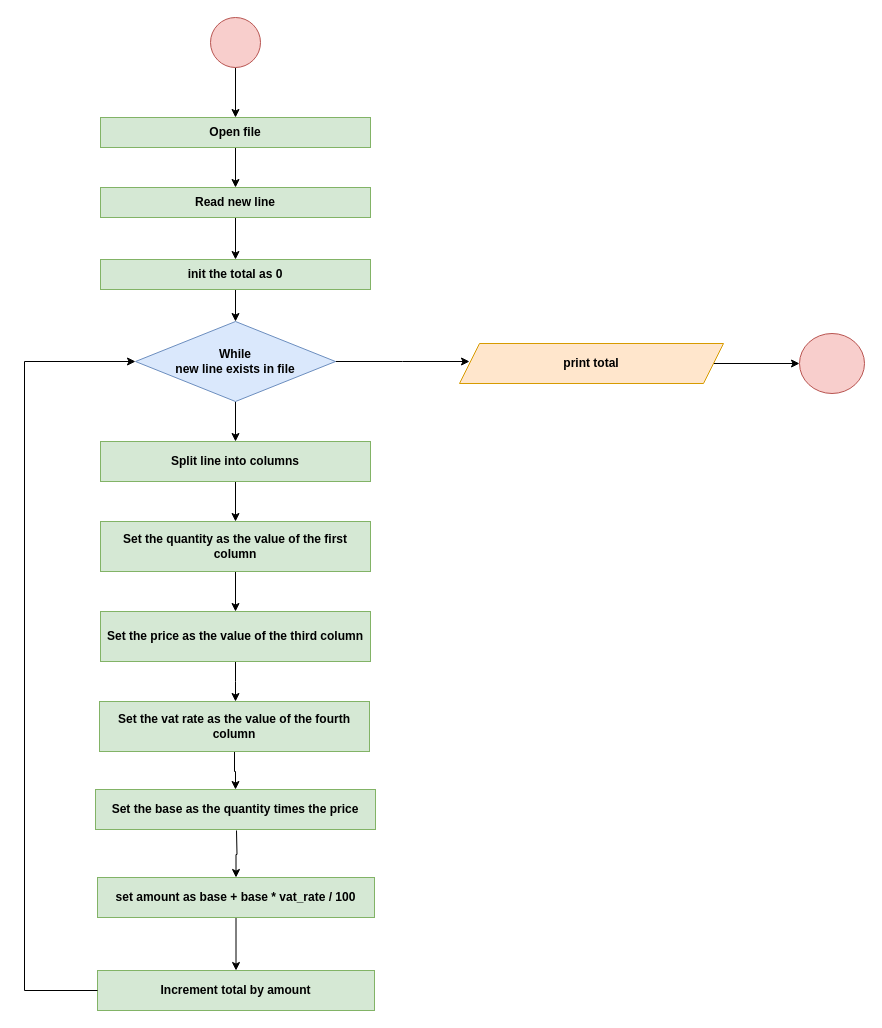
ffraile/computer_science_tutorials keeps this draw.io diagram as Programming/Extra Exercises/img/shopping_list.drawio. Above is the earlier version. Source tidied: cells renumbered, new cells numbered last; positions are measured from the earlier drawing's top-left corner, leaving out a move shared by most shapes. Both pictures are drawn from the tidied source at 100%, with x=0, y=0 at pixel (24, 17).
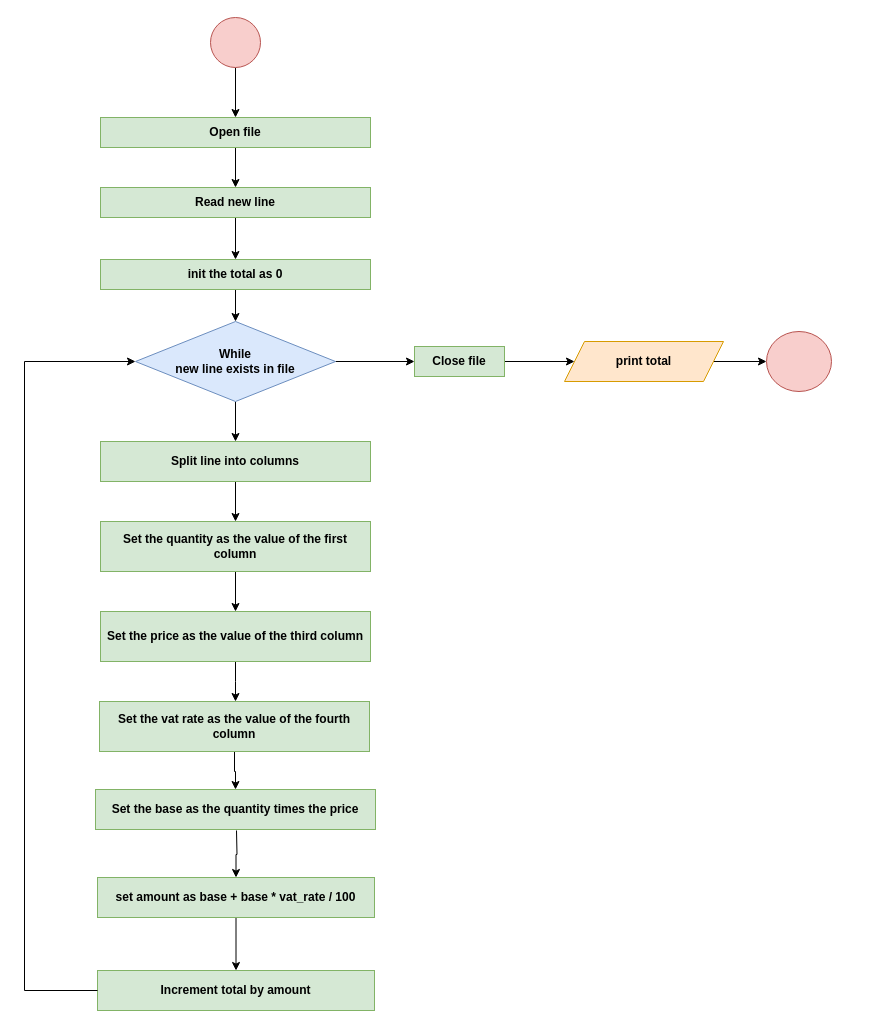
After the change.

The change refers to these unchanged cells:
```xml
<mxCell id="6" value="While &lt;br&gt;new line exists in file" style="rhombus;whiteSpace=wrap;html=1;fillColor=#dae8fc;strokeColor=#6c8ebf;fontStyle=1;" parent="1" vertex="1">
  <mxGeometry x="111" y="304" width="200" height="80" as="geometry" />
</mxCell>
```

The edit, as a diff of the source:
```diff
@@
-    <mxCell id="5" style="edgeStyle=orthogonalEdgeStyle;rounded=0;jettySize=auto;html=1;entryX=0;entryY=0.5;entryDx=0;entryDy=0;" parent="1" edge="1" source="6">
+    <mxCell id="5" style="edgeStyle=orthogonalEdgeStyle;rounded=0;jettySize=auto;html=1;" parent="1" edge="1" source="6">
       <mxGeometry relative="1" as="geometry">
-        <mxPoint x="445" y="344" as="targetPoint" />
+        <mxPoint x="390" y="344" as="targetPoint" />
       </mxGeometry>
     </mxCell>
@@
     <mxCell id="11" style="ellipse;whiteSpace=wrap;html=1;fontStyle=1;strokeColor=#b85450;fillColor=#f8cecc;" parent="1" vertex="1">
-      <mxGeometry x="775" y="316" width="65" height="60" as="geometry" />
+      <mxGeometry x="742" y="314" width="65" height="60" as="geometry" />
     </mxCell>
@@
     <mxCell id="25" value="print total" style="shape=parallelogram;perimeter=parallelogramPerimeter;whiteSpace=wrap;html=1;fixedSize=1;fillColor=#ffe6cc;strokeColor=#d79b00;fontStyle=1;" parent="1" vertex="1">
-      <mxGeometry x="435" y="326" width="264" height="40" as="geometry" />
+      <mxGeometry x="540" y="324" width="159" height="40" as="geometry" />
     </mxCell>
@@
+    <mxCell id="30" style="edgeStyle=orthogonalEdgeStyle;rounded=0;jettySize=auto;html=1;" parent="1" edge="1" source="31" target="25">
+      <mxGeometry relative="1" as="geometry" />
+    </mxCell>
+    <mxCell id="31" value="Close file" style="rounded=0;whiteSpace=wrap;html=1;fillColor=#d5e8d4;strokeColor=#82b366;fontStyle=1;" parent="1" vertex="1">
+      <mxGeometry x="390" y="329" width="90" height="30" as="geometry" />
+    </mxCell>
```
